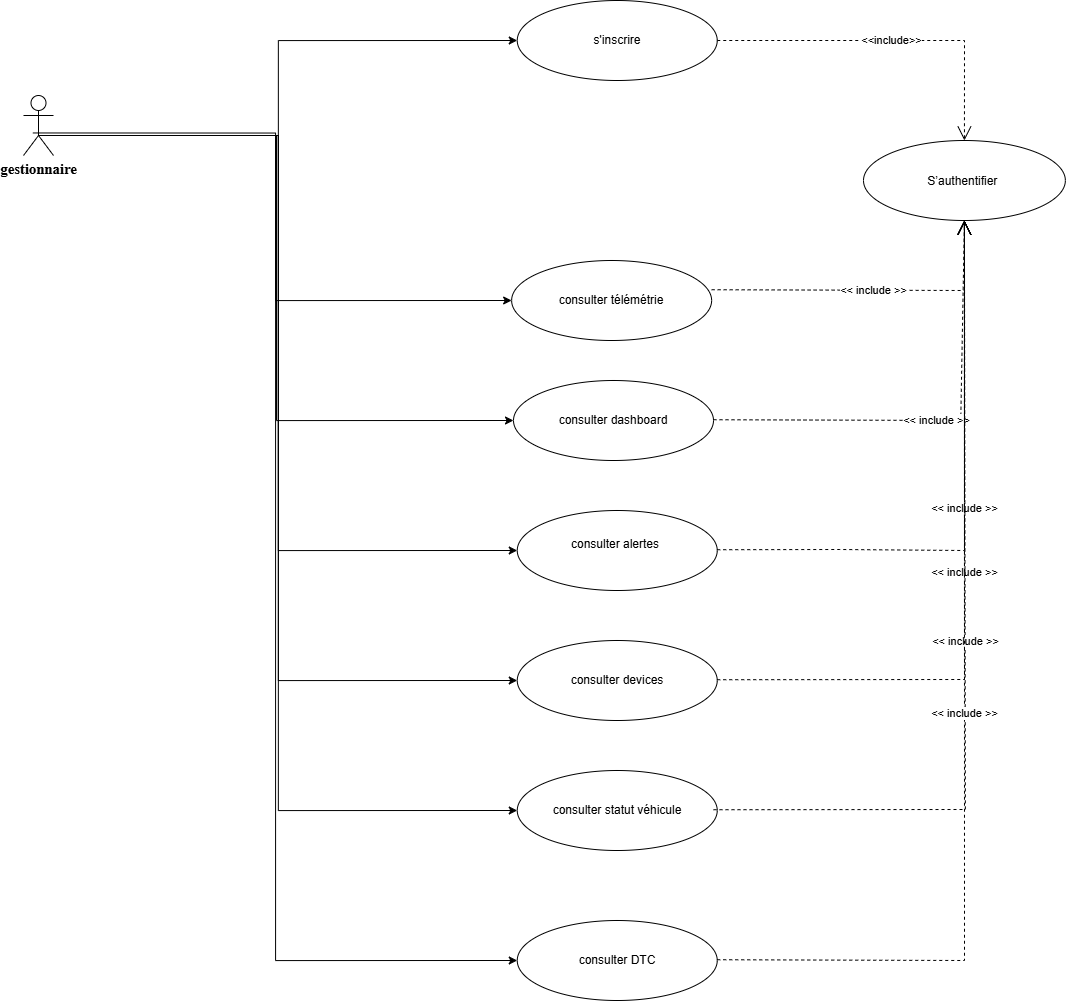
Before: image/Diagramme cas d'utilisation driver.png, a diagram exported from draw.io (imenmallouli/deploy). Source tidied: cells renumbered, new cells last; positions are measured from the earlier drawing's top-left corner, leaving out a move shared by most shapes.
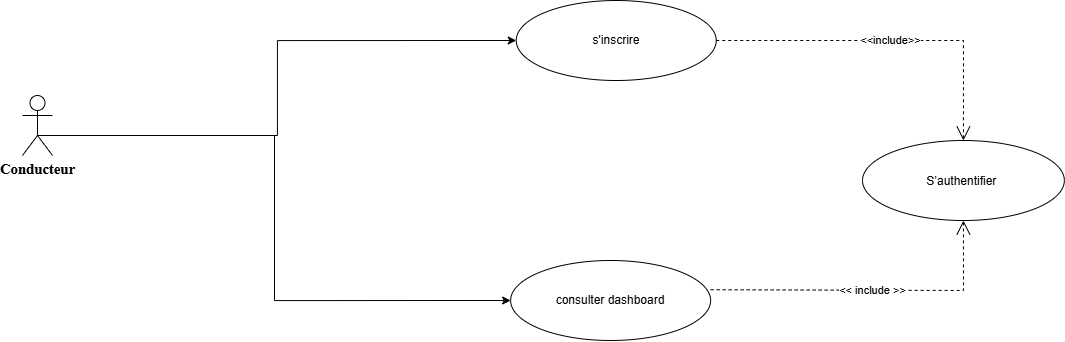
After the commit.

Change to the diagram source:
```diff
@@ -12,55 +12,12 @@
         <mxPoint x="15" y="135" as="sourcePoint" />
       </mxGeometry>
     </mxCell>
-    <mxCell id="4" style="edgeStyle=orthogonalEdgeStyle;rounded=0;jettySize=auto;html=1;exitX=0.5;exitY=0.5;exitDx=0;exitDy=0;exitPerimeter=0;entryX=0;entryY=0.5;entryDx=0;entryDy=0;" parent="1" edge="1" target="10">
-      <mxGeometry relative="1" as="geometry">
-        <mxPoint x="15" y="135" as="sourcePoint" />
-      </mxGeometry>
-    </mxCell>
-    <mxCell id="5" style="edgeStyle=orthogonalEdgeStyle;rounded=0;jettySize=auto;html=1;exitX=0.5;exitY=0.5;exitDx=0;exitDy=0;exitPerimeter=0;entryX=0;entryY=0.5;entryDx=0;entryDy=0;" parent="1" edge="1" target="11">
-      <mxGeometry relative="1" as="geometry">
-        <mxPoint x="15" y="135" as="sourcePoint" />
-      </mxGeometry>
-    </mxCell>
-    <mxCell id="6" style="edgeStyle=orthogonalEdgeStyle;rounded=0;jettySize=auto;html=1;exitX=0.5;exitY=0.5;exitDx=0;exitDy=0;exitPerimeter=0;entryX=0;entryY=0.5;entryDx=0;entryDy=0;" parent="1" edge="1" target="13">
-      <mxGeometry relative="1" as="geometry">
-        <mxPoint x="15" y="135" as="sourcePoint" />
-      </mxGeometry>
-    </mxCell>
-    <mxCell id="7" style="edgeStyle=orthogonalEdgeStyle;rounded=0;jettySize=auto;html=1;exitX=0.5;exitY=0.5;exitDx=0;exitDy=0;exitPerimeter=0;entryX=0;entryY=0.5;entryDx=0;entryDy=0;" parent="1" edge="1" target="14">
-      <mxGeometry relative="1" as="geometry">
-        <mxPoint x="15" y="135" as="sourcePoint" />
-      </mxGeometry>
-    </mxCell>
-    <mxCell id="8" style="edgeStyle=orthogonalEdgeStyle;rounded=0;jettySize=auto;html=1;exitX=0.5;exitY=0.5;exitDx=0;exitDy=0;exitPerimeter=0;entryX=0;entryY=0.5;entryDx=0;entryDy=0;" parent="1" edge="1" target="16">
-      <mxGeometry relative="1" as="geometry">
-        <mxPoint x="9.4" y="132.5" as="sourcePoint" />
-      </mxGeometry>
-    </mxCell>
-    <mxCell id="9" value="consulter télémétrie" style="ellipse;whiteSpace=wrap;html=1;" parent="1" vertex="1">
+    <mxCell id="9" value="consulter dashboard" style="ellipse;whiteSpace=wrap;html=1;" parent="1" vertex="1">
       <mxGeometry x="488.1" y="260" width="200" height="80" as="geometry" />
     </mxCell>
-    <mxCell id="10" value="consulter dashboard" style="ellipse;whiteSpace=wrap;html=1;" parent="1" vertex="1">
-      <mxGeometry x="490" y="380" width="200" height="80" as="geometry" />
-    </mxCell>
-    <mxCell id="11" style="ellipse;whiteSpace=wrap;html=1;" parent="1" vertex="1">
-      <mxGeometry x="493.8" y="510" width="200" height="80" as="geometry" />
-    </mxCell>
-    <mxCell id="12" value="consulter alertes" style="text;whiteSpace=wrap;" parent="1" vertex="1">
-      <mxGeometry x="546.2" y="530" width="95" height="40" as="geometry" />
-    </mxCell>
-    <mxCell id="13" value="consulter devices" style="ellipse;whiteSpace=wrap;html=1;" parent="1" vertex="1">
-      <mxGeometry x="493.8" y="640" width="200" height="80" as="geometry" />
-    </mxCell>
-    <mxCell id="14" value="consulter statut&amp;nbsp;véhicule" style="ellipse;whiteSpace=wrap;html=1;" parent="1" vertex="1">
-      <mxGeometry x="493.8" y="770" width="200" height="80" as="geometry" />
-    </mxCell>
     <mxCell id="15" value="s'inscrire" style="ellipse;whiteSpace=wrap;html=1;" parent="1" vertex="1">
       <mxGeometry x="493.8" width="200" height="80" as="geometry" />
     </mxCell>
-    <mxCell id="16" value="consulter DTC" style="ellipse;whiteSpace=wrap;html=1;" parent="1" vertex="1">
-      <mxGeometry x="493.8" y="920" width="200" height="80" as="geometry" />
-    </mxCell>
     <mxCell id="17" value="&lt;p style=&quot;line-height:150%&quot;&gt;S’authentifier&amp;nbsp;&lt;/p&gt;" style="ellipse;whiteSpace=wrap;html=1;" parent="1" vertex="1">
       <mxGeometry x="840" y="140" width="201.9" height="80" as="geometry" />
     </mxCell>
@@ -79,48 +36,7 @@
         </Array>
       </mxGeometry>
     </mxCell>
-    <mxCell id="20" value="&amp;lt;&amp;lt; include &amp;gt;&amp;gt;" style="endArrow=open;endSize=12;dashed=1;html=1;rounded=0;entryX=0.5;entryY=1;entryDx=0;entryDy=0;" parent="1" edge="1" target="17">
-      <mxGeometry relative="1" as="geometry">
-        <mxPoint x="690" y="419.2" as="sourcePoint" />
-        <Array as="points">
-          <mxPoint x="937.2" y="420" />
-        </Array>
-      </mxGeometry>
-    </mxCell>
-    <mxCell id="21" value="&amp;lt;&amp;lt; include &amp;gt;&amp;gt;" style="endArrow=open;endSize=12;dashed=1;html=1;rounded=0;entryX=0.5;entryY=1;entryDx=0;entryDy=0;" parent="1" edge="1" target="17">
-      <mxGeometry relative="1" as="geometry">
-        <mxPoint x="693.8" y="549.2" as="sourcePoint" />
-        <Array as="points">
-          <mxPoint x="815.6" y="549" />
-          <mxPoint x="941" y="550" />
-        </Array>
-      </mxGeometry>
-    </mxCell>
-    <mxCell id="22" value="&amp;lt;&amp;lt; include &amp;gt;&amp;gt;" style="endArrow=open;endSize=12;dashed=1;html=1;rounded=0;entryX=0.5;entryY=1;entryDx=0;entryDy=0;" parent="1" edge="1" target="17">
-      <mxGeometry relative="1" as="geometry">
-        <mxPoint x="693.8" y="679.2" as="sourcePoint" />
-        <Array as="points">
-          <mxPoint x="941" y="679" />
-        </Array>
-      </mxGeometry>
-    </mxCell>
-    <mxCell id="23" value="&amp;lt;&amp;lt; include &amp;gt;&amp;gt;" style="endArrow=open;endSize=12;dashed=1;html=1;rounded=0;entryX=0.5;entryY=1;entryDx=0;entryDy=0;" parent="1" edge="1" target="17">
-      <mxGeometry relative="1" as="geometry">
-        <mxPoint x="690" y="809.2" as="sourcePoint" />
-        <Array as="points">
-          <mxPoint x="941.9" y="809" />
-        </Array>
-      </mxGeometry>
-    </mxCell>
-    <mxCell id="24" value="&amp;lt;&amp;lt; include &amp;gt;&amp;gt;" style="endArrow=open;endSize=12;dashed=1;html=1;rounded=0;entryX=0.5;entryY=1;entryDx=0;entryDy=0;" parent="1" edge="1" target="17">
-      <mxGeometry relative="1" as="geometry">
-        <mxPoint x="693.8" y="959.2" as="sourcePoint" />
-        <Array as="points">
-          <mxPoint x="941" y="960" />
-        </Array>
-      </mxGeometry>
-    </mxCell>
-    <mxCell id="25" value="&lt;b&gt;&lt;span style=&quot;font-size:11.0pt;line-height:107%;font-family:&amp;quot;Aptos&amp;quot;,&amp;quot;sans-serif&amp;quot;;&lt;br/&gt;mso-ascii-theme-font:minor-latin;mso-fareast-font-family:Aptos;mso-fareast-theme-font:&lt;br/&gt;minor-latin;mso-hansi-theme-font:minor-latin;mso-bidi-font-family:&amp;quot;Times New Roman&amp;quot;;&lt;br/&gt;mso-bidi-theme-font:minor-bidi;mso-ansi-language:FR;mso-fareast-language:EN-US;&lt;br/&gt;mso-bidi-language:AR-SA&quot;&gt;gestionnaire&lt;/span&gt;&lt;/b&gt;" style="shape=umlActor;verticalLabelPosition=bottom;verticalAlign=top;html=1;" parent="1" vertex="1">
+    <mxCell id="25" value="&lt;span class=&quot;x3jgonx&quot;&gt;&lt;b&gt;&lt;span style=&quot;font-size:11.0pt;line-height:107%;font-family:&amp;quot;Aptos&amp;quot;,&amp;quot;sans-serif&amp;quot;;&lt;br/&gt;mso-ascii-theme-font:minor-latin;mso-fareast-font-family:Aptos;mso-fareast-theme-font:&lt;br/&gt;minor-latin;mso-hansi-theme-font:minor-latin;mso-bidi-font-family:&amp;quot;Times New Roman&amp;quot;;&lt;br/&gt;mso-bidi-theme-font:minor-bidi;mso-ansi-language:FR;mso-fareast-language:EN-US;&lt;br/&gt;mso-bidi-language:AR-SA&quot;&gt;Conducteur&lt;/span&gt;&lt;/b&gt;&lt;/span&gt;" style="shape=umlActor;verticalLabelPosition=bottom;verticalAlign=top;html=1;" parent="1" vertex="1">
       <mxGeometry y="95" width="30" height="60" as="geometry" />
     </mxCell>
   </root>
```
